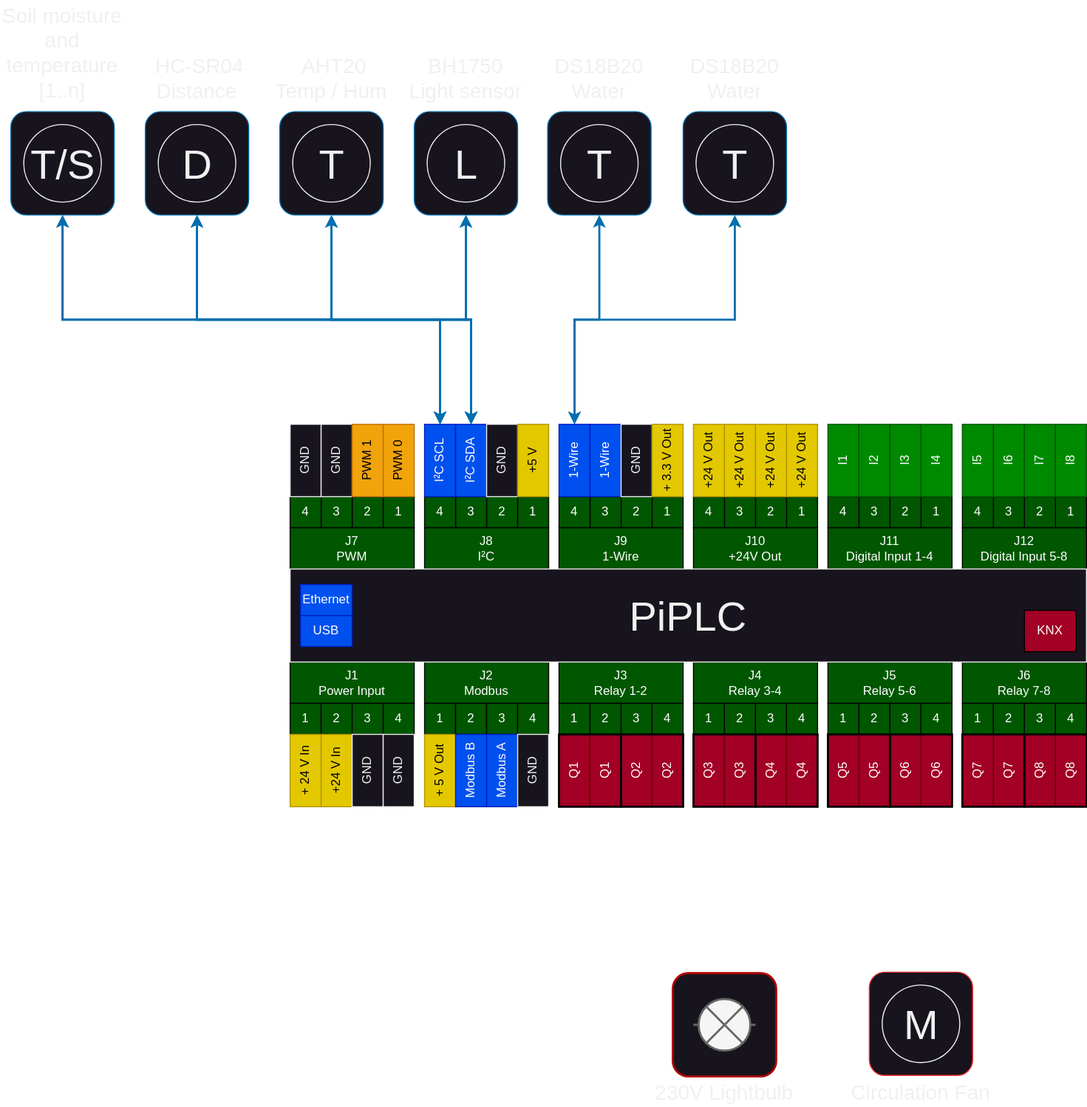
The draw.io diagram doc/PiPLC_Testboard.drawio.svg in Chrismettal/Grass, before a commit. Source tidied: cells renumbered, new cells last; positions are measured from the earlier drawing's top-left corner, leaving out a move shared by most shapes.
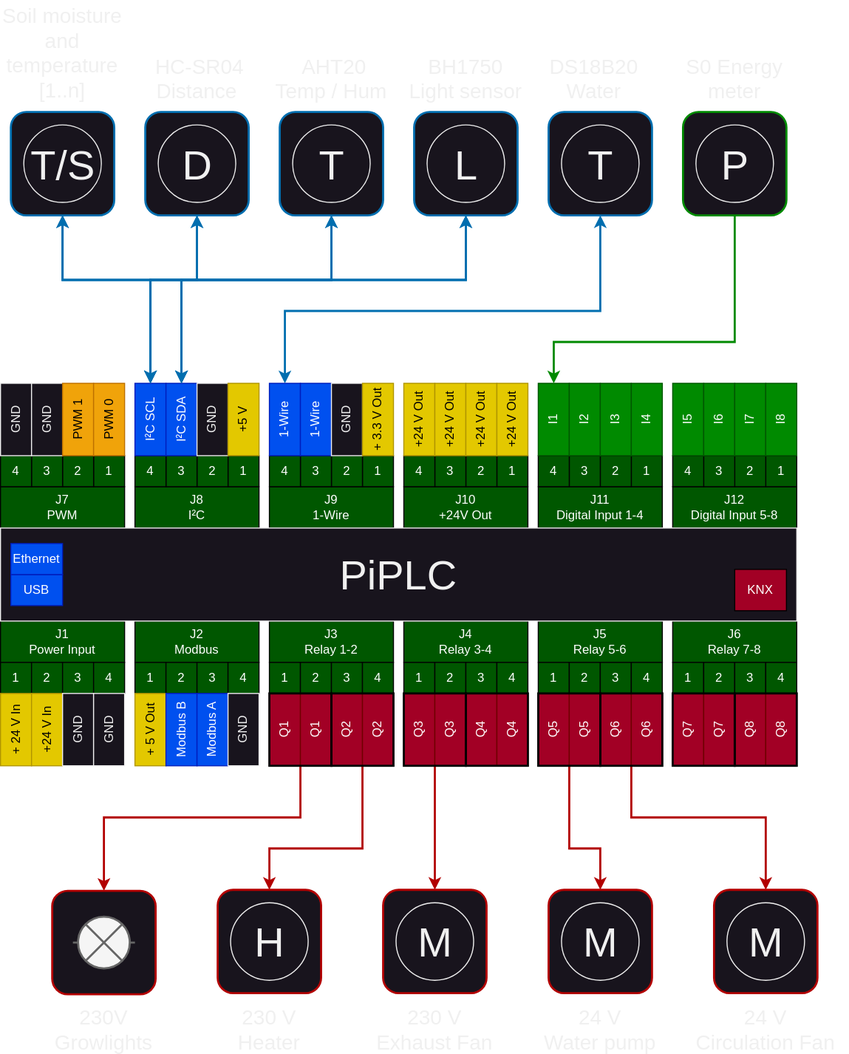
After the commit.

Change to the diagram source:
```diff
@@ -286,4 +286,9 @@
     </mxCell>
-    <mxCell id="96" style="edgeStyle=orthogonalEdgeStyle;rounded=0;jettySize=auto;html=1;exitX=0.5;exitY=0;exitDx=0;exitDy=0;entryX=0.5;entryY=1;entryDx=0;entryDy=0;fillColor=#1ba1e2;strokeColor=#006EAF;startArrow=classic;startFill=1;strokeWidth=2;" parent="1" edge="1" source="97" target="128">
-      <mxGeometry relative="1" as="geometry" />
+    <mxCell id="96" style="edgeStyle=orthogonalEdgeStyle;rounded=0;jettySize=auto;html=1;exitX=0.5;exitY=0;exitDx=0;exitDy=0;entryX=0.5;entryY=1;entryDx=0;entryDy=0;strokeColor=#006EAF;strokeWidth=2;startArrow=classic;startFill=1;" parent="1" edge="1" source="97" target="128">
+      <mxGeometry relative="1" as="geometry">
+        <Array as="points">
+          <mxPoint x="555" y="340" />
+          <mxPoint x="860" y="340" />
+        </Array>
+      </mxGeometry>
     </mxCell>
@@ -337,2 +342,10 @@
     </mxCell>
+    <mxCell id="165" style="edgeStyle=orthogonalEdgeStyle;rounded=0;jettySize=auto;html=1;exitX=0.5;exitY=1;exitDx=0;exitDy=0;entryX=0.5;entryY=0;entryDx=0;entryDy=0;strokeWidth=2;strokeColor=#B20000;" parent="1" edge="1" source="113" target="125">
+      <mxGeometry relative="1" as="geometry">
+        <Array as="points">
+          <mxPoint x="570" y="830" />
+          <mxPoint x="380" y="830" />
+        </Array>
+      </mxGeometry>
+    </mxCell>
     <mxCell id="113" style="rounded=0;whiteSpace=wrap;html=1;fillColor=none;strokeColor=#000000;strokeWidth=2;perimeterSpacing=0;shadow=0;glass=0;" parent="1" vertex="1">
@@ -340,2 +353,10 @@
     </mxCell>
+    <mxCell id="166" style="edgeStyle=orthogonalEdgeStyle;rounded=0;jettySize=auto;html=1;exitX=0.5;exitY=1;exitDx=0;exitDy=0;entryX=0.5;entryY=0;entryDx=0;entryDy=0;strokeWidth=2;strokeColor=#B20000;" parent="1" edge="1" source="114" target="175">
+      <mxGeometry relative="1" as="geometry">
+        <Array as="points">
+          <mxPoint x="630" y="860" />
+          <mxPoint x="540" y="860" />
+        </Array>
+      </mxGeometry>
+    </mxCell>
     <mxCell id="114" style="rounded=0;whiteSpace=wrap;html=1;fillColor=none;strokeColor=#000000;strokeWidth=2;perimeterSpacing=0;shadow=0;glass=0;" parent="1" vertex="1">
@@ -343,2 +364,5 @@
     </mxCell>
+    <mxCell id="167" style="edgeStyle=orthogonalEdgeStyle;rounded=0;jettySize=auto;html=1;exitX=0.5;exitY=1;exitDx=0;exitDy=0;entryX=0.5;entryY=0;entryDx=0;entryDy=0;strokeWidth=2;strokeColor=#B20000;" parent="1" edge="1" source="115" target="171">
+      <mxGeometry relative="1" as="geometry" />
+    </mxCell>
     <mxCell id="115" style="rounded=0;whiteSpace=wrap;html=1;fillColor=none;strokeColor=#000000;strokeWidth=2;perimeterSpacing=0;shadow=0;glass=0;" parent="1" vertex="1">
@@ -349,2 +373,10 @@
     </mxCell>
+    <mxCell id="168" style="edgeStyle=orthogonalEdgeStyle;rounded=0;jettySize=auto;html=1;exitX=0.5;exitY=1;exitDx=0;exitDy=0;entryX=0.5;entryY=0;entryDx=0;entryDy=0;strokeWidth=2;strokeColor=#B20000;" parent="1" edge="1" source="117" target="179">
+      <mxGeometry relative="1" as="geometry">
+        <Array as="points">
+          <mxPoint x="830" y="860" />
+          <mxPoint x="860" y="860" />
+        </Array>
+      </mxGeometry>
+    </mxCell>
     <mxCell id="117" style="rounded=0;whiteSpace=wrap;html=1;fillColor=none;strokeColor=#000000;strokeWidth=2;perimeterSpacing=0;shadow=0;glass=0;" parent="1" vertex="1">
@@ -352,2 +384,10 @@
     </mxCell>
+    <mxCell id="169" style="edgeStyle=orthogonalEdgeStyle;rounded=0;jettySize=auto;html=1;exitX=0.5;exitY=1;exitDx=0;exitDy=0;entryX=0.5;entryY=0;entryDx=0;entryDy=0;strokeWidth=2;strokeColor=#B20000;" parent="1" edge="1" source="118" target="133">
+      <mxGeometry relative="1" as="geometry">
+        <Array as="points">
+          <mxPoint x="890" y="830" />
+          <mxPoint x="1020" y="830" />
+        </Array>
+      </mxGeometry>
+    </mxCell>
     <mxCell id="118" style="rounded=0;whiteSpace=wrap;html=1;fillColor=none;strokeColor=#000000;strokeWidth=2;perimeterSpacing=0;shadow=0;glass=0;" parent="1" vertex="1">
@@ -371,3 +411,3 @@
     <mxCell id="124" style="group;" parent="1" vertex="1">
-      <mxGeometry x="650" y="941" width="100" height="100" as="geometry" />
+      <mxGeometry x="330" y="901" width="100" height="100" as="geometry" />
     </mxCell>
@@ -380,5 +420,5 @@
     <mxCell id="127" style="group;" parent="1" vertex="1">
-      <mxGeometry x="529" y="107.5" width="100" height="100" as="geometry" />
+      <mxGeometry x="810" y="147.5" width="100" height="100" as="geometry" />
     </mxCell>
-    <mxCell id="128" style="rounded=1;whiteSpace=wrap;html=1;strokeColor=#006EAF;" parent="127" vertex="1">
+    <mxCell id="128" style="rounded=1;whiteSpace=wrap;html=1;strokeColor=#006EAF;strokeWidth=2;" parent="127" vertex="1">
       <mxGeometry width="100" height="100" as="geometry" />
@@ -389,11 +429,11 @@
     <mxCell id="130" value="DS18B20&lt;div&gt;Water&lt;/div&gt;" style="text;html=1;align=center;verticalAlign=middle;whiteSpace=wrap;rounded=0;fontSize=20;" parent="1" vertex="1">
-      <mxGeometry x="529" y="50" width="100" height="50" as="geometry" />
+      <mxGeometry x="804" y="90" width="100" height="50" as="geometry" />
     </mxCell>
-    <mxCell id="131" value="230V Lightbulb" style="text;html=1;align=center;verticalAlign=middle;whiteSpace=wrap;rounded=0;fontSize=20;" parent="1" vertex="1">
-      <mxGeometry x="620" y="1041" width="160" height="30" as="geometry" />
+    <mxCell id="131" value="230V&lt;br&gt;Growlights" style="text;html=1;align=center;verticalAlign=middle;whiteSpace=wrap;rounded=0;fontSize=20;" parent="1" vertex="1">
+      <mxGeometry x="300" y="1010" width="160" height="49" as="geometry" />
     </mxCell>
     <mxCell id="132" style="group;" parent="1" vertex="1">
-      <mxGeometry x="840" y="940" width="100" height="100" as="geometry" />
+      <mxGeometry x="970" y="900" width="100" height="100" as="geometry" />
     </mxCell>
-    <mxCell id="133" style="rounded=1;whiteSpace=wrap;html=1;strokeColor=#FF3333;" parent="132" vertex="1">
+    <mxCell id="133" style="rounded=1;whiteSpace=wrap;html=1;strokeColor=#B20000;strokeWidth=2;" parent="132" vertex="1">
       <mxGeometry width="100" height="100" as="geometry" />
@@ -403,24 +443,9 @@
     </mxCell>
-    <mxCell id="135" value="Circulation Fan" style="text;html=1;align=center;verticalAlign=middle;whiteSpace=wrap;rounded=0;fontSize=20;" parent="1" vertex="1">
-      <mxGeometry x="810" y="1041" width="160" height="30" as="geometry" />
+    <mxCell id="135" value="24 V&lt;br&gt;Circulation Fan" style="text;html=1;align=center;verticalAlign=middle;whiteSpace=wrap;rounded=0;fontSize=20;" parent="1" vertex="1">
+      <mxGeometry x="940" y="1010" width="160" height="49" as="geometry" />
     </mxCell>
-    <mxCell id="136" style="group;" parent="1" vertex="1">
-      <mxGeometry x="660" y="107.5" width="100" height="100" as="geometry" />
-    </mxCell>
-    <mxCell id="137" style="rounded=1;whiteSpace=wrap;html=1;strokeColor=#006EAF;" parent="136" vertex="1">
-      <mxGeometry width="100" height="100" as="geometry" />
-    </mxCell>
-    <mxCell id="138" value="T" style="verticalLabelPosition=middle;shadow=0;dashed=0;align=center;html=1;verticalAlign=middle;strokeWidth=1;shape=ellipse;fontSize=40;" parent="136" vertex="1">
-      <mxGeometry x="12.5" y="12.5" width="75" height="75" as="geometry" />
-    </mxCell>
-    <mxCell id="139" value="DS18B20&lt;div&gt;Water&lt;/div&gt;" style="text;html=1;align=center;verticalAlign=middle;whiteSpace=wrap;rounded=0;fontSize=20;" parent="1" vertex="1">
-      <mxGeometry x="660" y="50" width="100" height="50" as="geometry" />
-    </mxCell>
-    <mxCell id="140" style="edgeStyle=orthogonalEdgeStyle;rounded=0;jettySize=auto;html=1;exitX=0.5;exitY=1;exitDx=0;exitDy=0;entryX=0.5;entryY=0;entryDx=0;entryDy=0;strokeColor=#006EAF;startArrow=classic;startFill=1;strokeWidth=2;" parent="1" edge="1" source="137" target="97">
-      <mxGeometry relative="1" as="geometry" />
-    </mxCell>
     <mxCell id="141" style="group;" parent="1" vertex="1">
-      <mxGeometry x="400" y="107.5" width="100" height="100" as="geometry" />
+      <mxGeometry x="680" y="147.5" width="100" height="100" as="geometry" />
     </mxCell>
-    <mxCell id="142" style="rounded=1;whiteSpace=wrap;html=1;strokeColor=#006EAF;" parent="141" vertex="1">
+    <mxCell id="142" style="rounded=1;whiteSpace=wrap;html=1;strokeColor=#006EAF;strokeWidth=2;" parent="141" vertex="1">
       <mxGeometry width="100" height="100" as="geometry" />
@@ -431,8 +456,8 @@
     <mxCell id="144" value="BH1750&lt;div&gt;Light sensor&lt;/div&gt;" style="text;html=1;align=center;verticalAlign=middle;whiteSpace=wrap;rounded=0;fontSize=20;" parent="1" vertex="1">
-      <mxGeometry x="390" y="50" width="120" height="50" as="geometry" />
+      <mxGeometry x="670" y="90" width="120" height="50" as="geometry" />
     </mxCell>
     <mxCell id="145" style="group;" parent="1" vertex="1">
-      <mxGeometry x="270" y="107.5" width="100" height="100" as="geometry" />
+      <mxGeometry x="550" y="147.5" width="100" height="100" as="geometry" />
     </mxCell>
-    <mxCell id="146" style="rounded=1;whiteSpace=wrap;html=1;strokeColor=#006EAF;" parent="145" vertex="1">
+    <mxCell id="146" style="rounded=1;whiteSpace=wrap;html=1;strokeColor=#006EAF;strokeWidth=2;" parent="145" vertex="1">
       <mxGeometry width="100" height="100" as="geometry" />
@@ -443,8 +468,8 @@
     <mxCell id="148" value="&amp;nbsp;AHT20&lt;div&gt;Temp / Hum&lt;/div&gt;" style="text;html=1;align=center;verticalAlign=middle;whiteSpace=wrap;rounded=0;fontSize=20;" parent="1" vertex="1">
-      <mxGeometry x="260" y="50" width="120" height="50" as="geometry" />
+      <mxGeometry x="540" y="90" width="120" height="50" as="geometry" />
     </mxCell>
     <mxCell id="149" style="group;" parent="1" vertex="1">
-      <mxGeometry x="140" y="107.5" width="100" height="100" as="geometry" />
+      <mxGeometry x="420" y="147.5" width="100" height="100" as="geometry" />
     </mxCell>
-    <mxCell id="150" style="rounded=1;whiteSpace=wrap;html=1;strokeColor=#006EAF;" parent="149" vertex="1">
+    <mxCell id="150" style="rounded=1;whiteSpace=wrap;html=1;strokeColor=#006EAF;strokeWidth=2;" parent="149" vertex="1">
       <mxGeometry width="100" height="100" as="geometry" />
@@ -455,8 +480,8 @@
     <mxCell id="152" value="&amp;nbsp;HC-SR04&lt;div&gt;Distance&lt;/div&gt;" style="text;html=1;align=center;verticalAlign=middle;whiteSpace=wrap;rounded=0;fontSize=20;" parent="1" vertex="1">
-      <mxGeometry x="130" y="50" width="120" height="50" as="geometry" />
+      <mxGeometry x="410" y="90" width="120" height="50" as="geometry" />
     </mxCell>
     <mxCell id="153" style="group;" parent="1" vertex="1">
-      <mxGeometry x="10" y="107.5" width="100" height="100" as="geometry" />
+      <mxGeometry x="290" y="147.5" width="100" height="100" as="geometry" />
     </mxCell>
-    <mxCell id="154" style="rounded=1;whiteSpace=wrap;html=1;strokeColor=#006EAF;" parent="153" vertex="1">
+    <mxCell id="154" style="rounded=1;whiteSpace=wrap;html=1;strokeColor=#006EAF;strokeWidth=2;" parent="153" vertex="1">
       <mxGeometry width="100" height="100" as="geometry" />
@@ -467,28 +492,124 @@
     <mxCell id="156" value="Soil moisture and temperature&lt;div&gt;[1..n]&lt;/div&gt;" style="text;html=1;align=center;verticalAlign=middle;whiteSpace=wrap;rounded=0;fontSize=20;" parent="1" vertex="1">
-      <mxGeometry width="120" height="100" as="geometry" />
+      <mxGeometry x="280" y="40" width="120" height="100" as="geometry" />
     </mxCell>
     <mxCell id="157" style="edgeStyle=orthogonalEdgeStyle;rounded=0;jettySize=auto;html=1;exitX=0.5;exitY=1;exitDx=0;exitDy=0;entryX=0.5;entryY=0;entryDx=0;entryDy=0;strokeColor=#006EAF;strokeWidth=2;startArrow=classic;startFill=1;" parent="1" edge="1" source="142" target="93">
-      <mxGeometry relative="1" as="geometry" />
+      <mxGeometry relative="1" as="geometry">
+        <Array as="points">
+          <mxPoint x="730" y="310" />
+          <mxPoint x="455" y="310" />
+        </Array>
+      </mxGeometry>
     </mxCell>
     <mxCell id="158" style="edgeStyle=orthogonalEdgeStyle;rounded=0;jettySize=auto;html=1;exitX=0.5;exitY=1;exitDx=0;exitDy=0;entryX=0.5;entryY=0;entryDx=0;entryDy=0;strokeColor=#006EAF;strokeWidth=2;startArrow=classic;startFill=1;" parent="1" edge="1" source="142" target="92">
-      <mxGeometry relative="1" as="geometry" />
+      <mxGeometry relative="1" as="geometry">
+        <Array as="points">
+          <mxPoint x="730" y="310" />
+          <mxPoint x="425" y="310" />
+        </Array>
+      </mxGeometry>
     </mxCell>
     <mxCell id="159" style="edgeStyle=orthogonalEdgeStyle;rounded=0;jettySize=auto;html=1;exitX=0.5;exitY=1;exitDx=0;exitDy=0;entryX=0.5;entryY=0;entryDx=0;entryDy=0;strokeColor=#006EAF;strokeWidth=2;startArrow=classic;startFill=1;" parent="1" edge="1" source="146" target="93">
-      <mxGeometry relative="1" as="geometry" />
+      <mxGeometry relative="1" as="geometry">
+        <Array as="points">
+          <mxPoint x="600" y="310" />
+          <mxPoint x="455" y="310" />
+        </Array>
+      </mxGeometry>
     </mxCell>
     <mxCell id="160" style="edgeStyle=orthogonalEdgeStyle;rounded=0;jettySize=auto;html=1;exitX=0.5;exitY=1;exitDx=0;exitDy=0;entryX=0.5;entryY=0;entryDx=0;entryDy=0;strokeColor=#006EAF;strokeWidth=2;startArrow=classic;startFill=1;" parent="1" edge="1" source="146" target="92">
-      <mxGeometry relative="1" as="geometry" />
+      <mxGeometry relative="1" as="geometry">
+        <Array as="points">
+          <mxPoint x="600" y="310" />
+          <mxPoint x="425" y="310" />
+        </Array>
+      </mxGeometry>
     </mxCell>
     <mxCell id="161" style="edgeStyle=orthogonalEdgeStyle;rounded=0;jettySize=auto;html=1;exitX=0.5;exitY=1;exitDx=0;exitDy=0;entryX=0.5;entryY=0;entryDx=0;entryDy=0;strokeColor=#006EAF;strokeWidth=2;startArrow=classic;startFill=1;" parent="1" edge="1" source="150" target="93">
-      <mxGeometry relative="1" as="geometry" />
+      <mxGeometry relative="1" as="geometry">
+        <Array as="points">
+          <mxPoint x="470" y="310" />
+          <mxPoint x="455" y="310" />
+        </Array>
+      </mxGeometry>
     </mxCell>
     <mxCell id="162" style="edgeStyle=orthogonalEdgeStyle;rounded=0;jettySize=auto;html=1;exitX=0.5;exitY=1;exitDx=0;exitDy=0;entryX=0.5;entryY=0;entryDx=0;entryDy=0;strokeColor=#006EAF;strokeWidth=2;startArrow=classic;startFill=1;" parent="1" edge="1" source="150" target="92">
-      <mxGeometry relative="1" as="geometry" />
+      <mxGeometry relative="1" as="geometry">
+        <Array as="points">
+          <mxPoint x="470" y="310" />
+          <mxPoint x="425" y="310" />
+        </Array>
+      </mxGeometry>
     </mxCell>
     <mxCell id="163" style="edgeStyle=orthogonalEdgeStyle;rounded=0;jettySize=auto;html=1;exitX=0.5;exitY=1;exitDx=0;exitDy=0;entryX=0.5;entryY=0;entryDx=0;entryDy=0;strokeColor=#006EAF;strokeWidth=2;startArrow=classic;startFill=1;" parent="1" edge="1" source="154" target="93">
-      <mxGeometry relative="1" as="geometry" />
+      <mxGeometry relative="1" as="geometry">
+        <Array as="points">
+          <mxPoint x="340" y="310" />
+          <mxPoint x="455" y="310" />
+        </Array>
+      </mxGeometry>
     </mxCell>
     <mxCell id="164" style="edgeStyle=orthogonalEdgeStyle;rounded=0;jettySize=auto;html=1;exitX=0.5;exitY=1;exitDx=0;exitDy=0;entryX=0.5;entryY=0;entryDx=0;entryDy=0;strokeColor=#006EAF;strokeWidth=2;startArrow=classic;startFill=1;" parent="1" edge="1" source="154" target="92">
-      <mxGeometry relative="1" as="geometry" />
+      <mxGeometry relative="1" as="geometry">
+        <Array as="points">
+          <mxPoint x="340" y="310" />
+          <mxPoint x="425" y="310" />
+        </Array>
+      </mxGeometry>
     </mxCell>
+    <mxCell id="170" style="group;" parent="1" vertex="1">
+      <mxGeometry x="650" y="900" width="100" height="100" as="geometry" />
+    </mxCell>
+    <mxCell id="171" style="rounded=1;whiteSpace=wrap;html=1;strokeColor=#B20000;strokeWidth=2;" parent="170" vertex="1">
+      <mxGeometry width="100" height="100" as="geometry" />
+    </mxCell>
+    <mxCell id="172" value="M" style="verticalLabelPosition=middle;shadow=0;dashed=0;align=center;html=1;verticalAlign=middle;strokeWidth=1;shape=ellipse;fontSize=40;" parent="170" vertex="1">
+      <mxGeometry x="12.5" y="12.5" width="75" height="75" as="geometry" />
+    </mxCell>
+    <mxCell id="173" value="230 V &lt;br&gt;Exhaust Fan" style="text;html=1;align=center;verticalAlign=middle;whiteSpace=wrap;rounded=0;fontSize=20;" parent="1" vertex="1">
+      <mxGeometry x="620" y="1010" width="160" height="49" as="geometry" />
+    </mxCell>
+    <mxCell id="174" style="group;strokeWidth=1;" parent="1" vertex="1">
+      <mxGeometry x="490" y="900" width="100" height="100" as="geometry" />
+    </mxCell>
+    <mxCell id="175" style="rounded=1;whiteSpace=wrap;html=1;strokeColor=#B20000;strokeWidth=2;" parent="174" vertex="1">
+      <mxGeometry width="100" height="100" as="geometry" />
+    </mxCell>
+    <mxCell id="176" value="H" style="verticalLabelPosition=middle;shadow=0;dashed=0;align=center;html=1;verticalAlign=middle;strokeWidth=1;shape=ellipse;fontSize=40;" parent="174" vertex="1">
+      <mxGeometry x="12.5" y="12.5" width="75" height="75" as="geometry" />
+    </mxCell>
+    <mxCell id="177" value="230 V&lt;br&gt;Heater" style="text;html=1;align=center;verticalAlign=middle;whiteSpace=wrap;rounded=0;fontSize=20;" parent="1" vertex="1">
+      <mxGeometry x="460" y="1010" width="160" height="49" as="geometry" />
+    </mxCell>
+    <mxCell id="178" style="group;" parent="1" vertex="1">
+      <mxGeometry x="810" y="900" width="100" height="100" as="geometry" />
+    </mxCell>
+    <mxCell id="179" style="rounded=1;whiteSpace=wrap;html=1;strokeColor=#B20000;strokeWidth=2;" parent="178" vertex="1">
+      <mxGeometry width="100" height="100" as="geometry" />
+    </mxCell>
+    <mxCell id="180" value="M" style="verticalLabelPosition=middle;shadow=0;dashed=0;align=center;html=1;verticalAlign=middle;strokeWidth=1;shape=ellipse;fontSize=40;" parent="178" vertex="1">
+      <mxGeometry x="12.5" y="12.5" width="75" height="75" as="geometry" />
+    </mxCell>
+    <mxCell id="181" value="24 V&lt;br&gt;Water pump" style="text;html=1;align=center;verticalAlign=middle;whiteSpace=wrap;rounded=0;fontSize=20;" parent="1" vertex="1">
+      <mxGeometry x="780" y="1010" width="160" height="49" as="geometry" />
+    </mxCell>
+    <mxCell id="182" style="group;" parent="1" vertex="1">
+      <mxGeometry x="940" y="147.5" width="100" height="100" as="geometry" />
+    </mxCell>
+    <mxCell id="183" style="rounded=1;whiteSpace=wrap;html=1;strokeColor=#008A00;strokeWidth=2;" parent="182" vertex="1">
+      <mxGeometry width="100" height="100" as="geometry" />
+    </mxCell>
+    <mxCell id="184" value="P" style="verticalLabelPosition=middle;shadow=0;dashed=0;align=center;html=1;verticalAlign=middle;strokeWidth=1;shape=ellipse;fontSize=40;" parent="182" vertex="1">
+      <mxGeometry x="12.5" y="12.5" width="75" height="75" as="geometry" />
+    </mxCell>
+    <mxCell id="185" value="S0 Energy meter" style="text;html=1;align=center;verticalAlign=middle;whiteSpace=wrap;rounded=0;fontSize=20;" parent="1" vertex="1">
+      <mxGeometry x="940" y="90" width="100" height="50" as="geometry" />
+    </mxCell>
+    <mxCell id="186" style="edgeStyle=orthogonalEdgeStyle;rounded=0;jettySize=auto;html=1;exitX=0.5;exitY=1;exitDx=0;exitDy=0;entryX=0.5;entryY=0;entryDx=0;entryDy=0;strokeColor=#008A00;strokeWidth=2;" parent="1" edge="1" source="183" target="105">
+      <mxGeometry relative="1" as="geometry">
+        <Array as="points">
+          <mxPoint x="990" y="370" />
+          <mxPoint x="815" y="370" />
+        </Array>
+      </mxGeometry>
+    </mxCell>
   </root>
```
